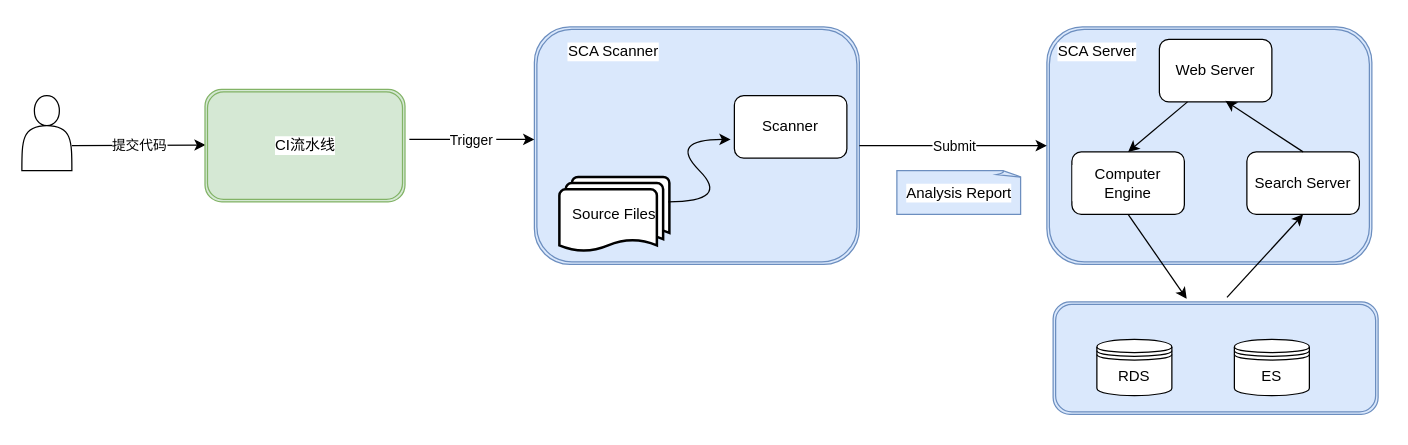
Before: .drawio in geekluxun/crazy-java, a draw.io diagram. Source tidied: cells renumbered, new cells numbered last; positions are measured from the earlier drawing's top-left corner, leaving out a move shared by most shapes. Both pictures are drawn from the tidied source at 125%, with x=0, y=0 at pixel (21, 26).
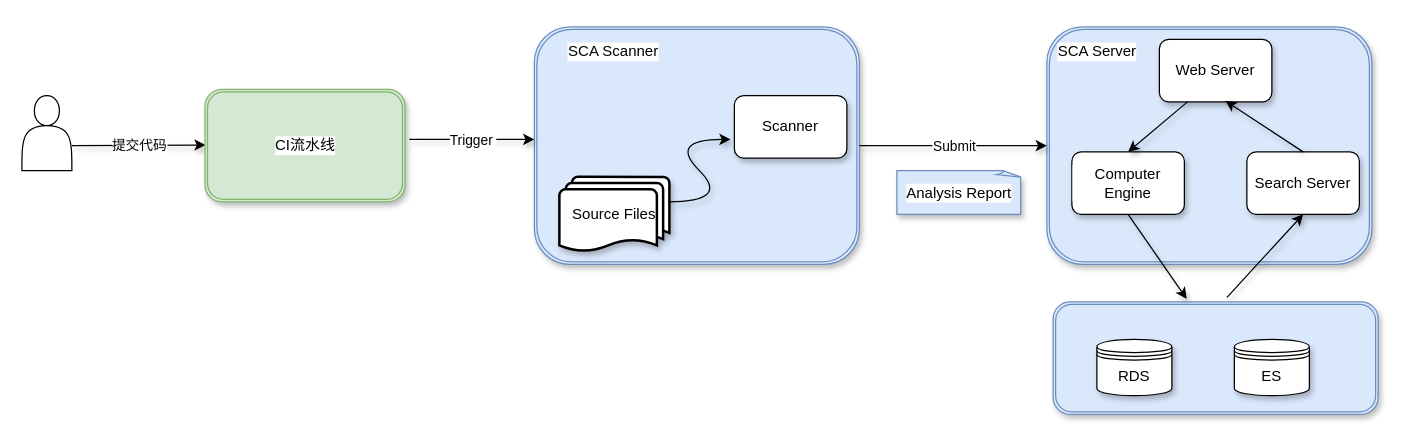
The same diagram, later.

Change to the diagram source:
```diff
@@
-    <mxCell id="2" style="shape=ext;double=1;rounded=1;whiteSpace=wrap;html=1;labelBackgroundColor=default;fillColor=#dae8fc;strokeColor=#6c8ebf;" parent="1" vertex="1">
+    <mxCell id="2" style="shape=ext;double=1;rounded=1;whiteSpace=wrap;html=1;labelBackgroundColor=default;fillColor=#dae8fc;strokeColor=#6c8ebf;shadow=1;" parent="1" vertex="1">
       <mxGeometry x="410" width="260" height="190" as="geometry" />
     </mxCell>
-    <mxCell id="3" value="Scanner" style="rounded=1;whiteSpace=wrap;html=1;labelBackgroundColor=default;" parent="1" vertex="1">
+    <mxCell id="3" value="Scanner" style="rounded=1;whiteSpace=wrap;html=1;labelBackgroundColor=default;shadow=1;" parent="1" vertex="1">
       <mxGeometry x="570" y="55" width="90" height="50" as="geometry" />
     </mxCell>
-    <mxCell id="4" style="shape=ext;double=1;rounded=1;whiteSpace=wrap;html=1;labelBackgroundColor=default;fillColor=#dae8fc;strokeColor=#6c8ebf;" parent="1" vertex="1">
+    <mxCell id="4" style="shape=ext;double=1;rounded=1;whiteSpace=wrap;html=1;labelBackgroundColor=default;fillColor=#dae8fc;strokeColor=#6c8ebf;shadow=1;" parent="1" vertex="1">
       <mxGeometry x="820" width="260" height="190" as="geometry" />
     </mxCell>
-    <mxCell id="5" value="Web Server" style="rounded=1;whiteSpace=wrap;html=1;labelBackgroundColor=default;" parent="1" vertex="1">
+    <mxCell id="5" value="Web Server" style="rounded=1;whiteSpace=wrap;html=1;labelBackgroundColor=default;shadow=1;" parent="1" vertex="1">
       <mxGeometry x="910" y="10" width="90" height="50" as="geometry" />
     </mxCell>
-    <mxCell id="6" value="Computer Engine" style="rounded=1;whiteSpace=wrap;html=1;labelBackgroundColor=default;" parent="1" vertex="1">
+    <mxCell id="6" value="Computer Engine" style="rounded=1;whiteSpace=wrap;html=1;labelBackgroundColor=default;shadow=1;" parent="1" vertex="1">
       <mxGeometry x="840" y="100" width="90" height="50" as="geometry" />
     </mxCell>
-    <mxCell id="7" value="Search Server" style="rounded=1;whiteSpace=wrap;html=1;labelBackgroundColor=default;" parent="1" vertex="1">
+    <mxCell id="7" value="Search Server" style="rounded=1;whiteSpace=wrap;html=1;labelBackgroundColor=default;shadow=1;" parent="1" vertex="1">
       <mxGeometry x="980" y="100" width="90" height="50" as="geometry" />
     </mxCell>
-    <mxCell id="8" value="Source Files" style="strokeWidth=2;html=1;shape=mxgraph.flowchart.multi-document;whiteSpace=wrap;labelBackgroundColor=default;" parent="1" vertex="1">
+    <mxCell id="8" value="Source Files" style="strokeWidth=2;html=1;shape=mxgraph.flowchart.multi-document;whiteSpace=wrap;labelBackgroundColor=default;shadow=1;" parent="1" vertex="1">
       <mxGeometry x="430" y="120" width="88" height="60" as="geometry" />
     </mxCell>
-    <mxCell id="9" style="curved=1;endArrow=classic;html=1;rounded=0;labelBackgroundColor=default;" parent="1" edge="1">
+    <mxCell id="9" style="curved=1;endArrow=classic;html=1;rounded=0;labelBackgroundColor=default;shadow=1;" parent="1" edge="1">
       <mxGeometry relative="1" as="geometry">
         <mxPoint x="517" y="140" as="sourcePoint" />
         <mxPoint x="567" y="90" as="targetPoint" />
         <Array as="points">
           <mxPoint x="567" y="140" />
           <mxPoint x="517" y="90" />
         </Array>
       </mxGeometry>
     </mxCell>
-    <mxCell id="10" value="&lt;span style=&quot;color: rgb(0, 0, 0); font-family: helvetica; font-size: 12px; font-style: normal; font-weight: 400; letter-spacing: normal; text-align: center; text-indent: 0px; text-transform: none; word-spacing: 0px; display: inline; float: none;&quot;&gt;Analysis Report&lt;/span&gt;" style="whiteSpace=wrap;html=1;shape=mxgraph.basic.document;labelBackgroundColor=default;fillColor=#dae8fc;strokeColor=#6c8ebf;" parent="1" vertex="1">
+    <mxCell id="10" value="&lt;span style=&quot;color: rgb(0, 0, 0); font-family: helvetica; font-size: 12px; font-style: normal; font-weight: 400; letter-spacing: normal; text-align: center; text-indent: 0px; text-transform: none; word-spacing: 0px; display: inline; float: none;&quot;&gt;Analysis Report&lt;/span&gt;" style="whiteSpace=wrap;html=1;shape=mxgraph.basic.document;labelBackgroundColor=default;fillColor=#dae8fc;strokeColor=#6c8ebf;shadow=1;" parent="1" vertex="1">
       <mxGeometry x="700" y="115" width="100" height="35" as="geometry" />
     </mxCell>
-    <mxCell id="11" style="endArrow=classic;html=1;rounded=0;entryX=0;entryY=0.5;entryDx=0;entryDy=0;exitX=1;exitY=0.5;exitDx=0;exitDy=0;labelBackgroundColor=default;" parent="1" edge="1" source="2" target="4">
+    <mxCell id="11" style="endArrow=classic;html=1;rounded=0;entryX=0;entryY=0.5;entryDx=0;entryDy=0;exitX=1;exitY=0.5;exitDx=0;exitDy=0;labelBackgroundColor=default;shadow=1;" parent="1" edge="1" source="2" target="4">
       <mxGeometry relative="1" as="geometry" />
     </mxCell>
-    <mxCell id="12" value="Submit" style="edgeLabel;html=1;align=center;verticalAlign=middle;labelBackgroundColor=default;" parent="11" vertex="1">
+    <mxCell id="12" value="Submit" style="edgeLabel;html=1;align=center;verticalAlign=middle;labelBackgroundColor=default;shadow=1;" parent="11" vertex="1">
       <mxGeometry relative="1" as="geometry" />
     </mxCell>
-    <mxCell id="13" style="endArrow=classic;html=1;rounded=0;exitX=0.25;exitY=1;exitDx=0;exitDy=0;entryX=0.5;entryY=0;entryDx=0;entryDy=0;labelBackgroundColor=default;" parent="1" edge="1" source="5" target="6">
+    <mxCell id="13" style="endArrow=classic;html=1;rounded=0;exitX=0.25;exitY=1;exitDx=0;exitDy=0;entryX=0.5;entryY=0;entryDx=0;entryDy=0;labelBackgroundColor=default;shadow=1;" parent="1" edge="1" source="5" target="6">
       <mxGeometry relative="1" as="geometry" />
     </mxCell>
-    <mxCell id="14" style="endArrow=classic;html=1;rounded=0;exitX=0.5;exitY=0;exitDx=0;exitDy=0;entryX=0.587;entryY=0.984;entryDx=0;entryDy=0;entryPerimeter=0;labelBackgroundColor=default;" parent="1" edge="1" source="7" target="5">
+    <mxCell id="14" style="endArrow=classic;html=1;rounded=0;exitX=0.5;exitY=0;exitDx=0;exitDy=0;entryX=0.587;entryY=0.984;entryDx=0;entryDy=0;entryPerimeter=0;labelBackgroundColor=default;shadow=1;" parent="1" edge="1" source="7" target="5">
       <mxGeometry relative="1" as="geometry" />
     </mxCell>
-    <mxCell id="15" style="shape=ext;double=1;rounded=1;whiteSpace=wrap;html=1;labelBackgroundColor=default;fillColor=#dae8fc;strokeColor=#6c8ebf;" parent="1" vertex="1">
+    <mxCell id="15" style="shape=ext;double=1;rounded=1;whiteSpace=wrap;html=1;labelBackgroundColor=default;fillColor=#dae8fc;strokeColor=#6c8ebf;shadow=1;" parent="1" vertex="1">
       <mxGeometry x="825" y="220" width="260" height="90" as="geometry" />
     </mxCell>
-    <mxCell id="16" value="RDS" style="shape=datastore;whiteSpace=wrap;html=1;labelBackgroundColor=default;" parent="1" vertex="1">
+    <mxCell id="16" value="RDS" style="shape=datastore;whiteSpace=wrap;html=1;labelBackgroundColor=default;shadow=1;" parent="1" vertex="1">
       <mxGeometry x="860" y="250" width="60" height="45" as="geometry" />
     </mxCell>
-    <mxCell id="17" value="ES" style="shape=datastore;whiteSpace=wrap;html=1;labelBackgroundColor=default;" parent="1" vertex="1">
+    <mxCell id="17" value="ES" style="shape=datastore;whiteSpace=wrap;html=1;labelBackgroundColor=default;shadow=1;" parent="1" vertex="1">
       <mxGeometry x="970" y="250" width="60" height="45" as="geometry" />
     </mxCell>
-    <mxCell id="18" style="endArrow=classic;html=1;rounded=0;exitX=0.5;exitY=1;exitDx=0;exitDy=0;entryX=0.411;entryY=-0.027;entryDx=0;entryDy=0;entryPerimeter=0;labelBackgroundColor=default;" parent="1" edge="1" source="6" target="15">
+    <mxCell id="18" style="endArrow=classic;html=1;rounded=0;exitX=0.5;exitY=1;exitDx=0;exitDy=0;entryX=0.411;entryY=-0.027;entryDx=0;entryDy=0;entryPerimeter=0;labelBackgroundColor=default;shadow=1;" parent="1" edge="1" source="6" target="15">
       <mxGeometry relative="1" as="geometry" />
     </mxCell>
-    <mxCell id="19" style="endArrow=classic;html=1;rounded=0;entryX=0.5;entryY=1;entryDx=0;entryDy=0;exitX=0.535;exitY=-0.04;exitDx=0;exitDy=0;exitPerimeter=0;labelBackgroundColor=default;" parent="1" edge="1" source="15" target="7">
+    <mxCell id="19" style="endArrow=classic;html=1;rounded=0;entryX=0.5;entryY=1;entryDx=0;entryDy=0;exitX=0.535;exitY=-0.04;exitDx=0;exitDy=0;exitPerimeter=0;labelBackgroundColor=default;shadow=1;" parent="1" edge="1" source="15" target="7">
       <mxGeometry relative="1" as="geometry" />
     </mxCell>
@@
-    <mxCell id="21" style="endArrow=classic;html=1;rounded=0;labelBackgroundColor=default;" parent="1" edge="1">
+    <mxCell id="21" style="endArrow=classic;html=1;rounded=0;labelBackgroundColor=default;shadow=1;" parent="1" edge="1">
       <mxGeometry relative="1" as="geometry">
         <mxPoint x="40" y="95" as="sourcePoint" />
         <mxPoint x="147" y="94.5" as="targetPoint" />
       </mxGeometry>
     </mxCell>
-    <mxCell id="22" value="提交代码" style="edgeLabel;html=1;align=center;verticalAlign=middle;labelBackgroundColor=default;" parent="21" vertex="1">
+    <mxCell id="22" value="提交代码" style="edgeLabel;html=1;align=center;verticalAlign=middle;labelBackgroundColor=default;shadow=1;" parent="21" vertex="1">
       <mxGeometry relative="1" as="geometry" />
     </mxCell>
-    <mxCell id="23" value="CI流水线" style="shape=ext;double=1;rounded=1;whiteSpace=wrap;html=1;labelBackgroundColor=default;fillColor=#d5e8d4;strokeColor=#82b366;" parent="1" vertex="1">
+    <mxCell id="23" value="CI流水线" style="shape=ext;double=1;rounded=1;whiteSpace=wrap;html=1;labelBackgroundColor=default;fillColor=#d5e8d4;strokeColor=#82b366;shadow=1;" parent="1" vertex="1">
       <mxGeometry x="146.5" y="50" width="160" height="90" as="geometry" />
     </mxCell>
-    <mxCell id="24" style="endArrow=classic;html=1;rounded=0;labelBackgroundColor=default;" parent="1" edge="1">
+    <mxCell id="24" style="endArrow=classic;html=1;rounded=0;labelBackgroundColor=default;shadow=1;" parent="1" edge="1">
       <mxGeometry relative="1" as="geometry">
         <mxPoint x="310" y="90" as="sourcePoint" />
         <mxPoint x="410" y="90" as="targetPoint" />
       </mxGeometry>
     </mxCell>
-    <mxCell id="25" value="Trigger&amp;nbsp;" style="edgeLabel;html=1;align=center;verticalAlign=middle;labelBackgroundColor=default;" parent="24" vertex="1">
+    <mxCell id="25" value="Trigger&amp;nbsp;" style="edgeLabel;html=1;align=center;verticalAlign=middle;labelBackgroundColor=default;shadow=1;" parent="24" vertex="1">
       <mxGeometry relative="1" as="geometry" />
     </mxCell>
-    <mxCell id="26" value="SCA Scanner" style="text;html=1;align=center;verticalAlign=middle;strokeColor=none;fillColor=none;labelBackgroundColor=default;" parent="1" vertex="1">
+    <mxCell id="26" value="SCA Scanner" style="text;html=1;align=center;verticalAlign=middle;strokeColor=none;fillColor=none;labelBackgroundColor=default;shadow=1;" parent="1" vertex="1">
       <mxGeometry x="428" y="10" width="90" height="20" as="geometry" />
     </mxCell>
-    <mxCell id="27" value="SCA Server" style="text;html=1;align=center;verticalAlign=middle;strokeColor=none;fillColor=none;labelBackgroundColor=default;" parent="1" vertex="1">
+    <mxCell id="27" value="SCA Server" style="text;html=1;align=center;verticalAlign=middle;strokeColor=none;fillColor=none;labelBackgroundColor=default;shadow=1;" parent="1" vertex="1">
       <mxGeometry x="820" y="10" width="80" height="20" as="geometry" />
     </mxCell>
```
